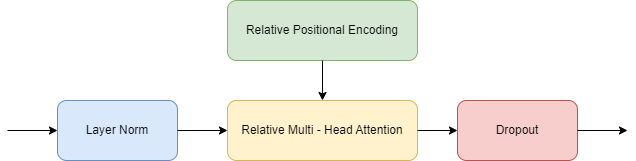
Earlier version of the draw.io export assets/attention.png (Alan-404/Conformer). Source tidied: cells renumbered, new cells last; positions are measured from the earlier drawing's top-left corner, leaving out a move shared by most shapes. Its diagram source:
```xml
<mxGraphModel>
  <root>
    <mxCell id="0" />
    <mxCell id="1" parent="0" />
    <mxCell id="2" value="Layer Norm" style="rounded=1;whiteSpace=wrap;html=1;fillColor=#dae8fc;strokeColor=#6c8ebf;" parent="1" vertex="1">
      <mxGeometry x="50" y="100" width="120" height="60" as="geometry" />
    </mxCell>
    <mxCell id="3" value="Relative Multi - Head Attention" style="rounded=1;whiteSpace=wrap;html=1;fillColor=#fff2cc;strokeColor=#d6b656;" parent="1" vertex="1">
      <mxGeometry x="220" y="100" width="190" height="60" as="geometry" />
    </mxCell>
    <mxCell id="4" value="Dropout" style="rounded=1;whiteSpace=wrap;html=1;fillColor=#f8cecc;strokeColor=#b85450;" parent="1" vertex="1">
      <mxGeometry x="450" y="100" width="120" height="60" as="geometry" />
    </mxCell>
    <mxCell id="5" style="endArrow=classic;html=1;rounded=0;exitX=1;exitY=0.5;exitDx=0;exitDy=0;entryX=0;entryY=0.5;entryDx=0;entryDy=0;" parent="1" edge="1" source="2" target="3">
      <mxGeometry relative="1" as="geometry" />
    </mxCell>
    <mxCell id="6" style="endArrow=classic;html=1;rounded=0;exitX=1;exitY=0.5;exitDx=0;exitDy=0;entryX=0;entryY=0.5;entryDx=0;entryDy=0;" parent="1" edge="1" source="3" target="4">
      <mxGeometry relative="1" as="geometry" />
    </mxCell>
    <mxCell id="7" style="endArrow=classic;html=1;rounded=0;entryX=0;entryY=0.5;entryDx=0;entryDy=0;" parent="1" edge="1" target="2">
      <mxGeometry relative="1" as="geometry">
        <mxPoint y="130" as="sourcePoint" />
      </mxGeometry>
    </mxCell>
    <mxCell id="8" style="endArrow=classic;html=1;rounded=0;exitX=1;exitY=0.5;exitDx=0;exitDy=0;" parent="1" edge="1" source="4">
      <mxGeometry relative="1" as="geometry">
        <mxPoint x="620" y="130" as="targetPoint" />
      </mxGeometry>
    </mxCell>
    <mxCell id="9" value="Relative Positional Encoding" style="rounded=1;whiteSpace=wrap;html=1;fillColor=#d5e8d4;strokeColor=#82b366;" parent="1" vertex="1">
      <mxGeometry x="220" width="190" height="60" as="geometry" />
    </mxCell>
    <mxCell id="10" style="endArrow=classic;html=1;rounded=0;exitX=0.5;exitY=1;exitDx=0;exitDy=0;entryX=0.5;entryY=0;entryDx=0;entryDy=0;" parent="1" edge="1" source="9" target="3">
      <mxGeometry relative="1" as="geometry" />
    </mxCell>
  </root>
</mxGraphModel>
```
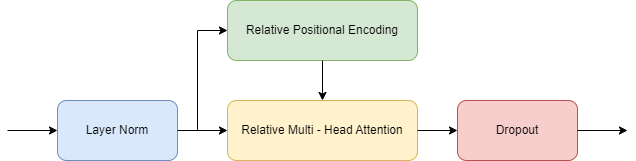
The same file after the commit.

What changed in the source:
```diff
@@ -30,6 +30,14 @@
     <mxCell id="9" value="Relative Positional Encoding" style="rounded=1;whiteSpace=wrap;html=1;fillColor=#d5e8d4;strokeColor=#82b366;" parent="1" vertex="1">
       <mxGeometry x="220" width="190" height="60" as="geometry" />
     </mxCell>
+    <mxCell id="11" style="endArrow=classic;html=1;rounded=0;entryX=0;entryY=0.5;entryDx=0;entryDy=0;" parent="1" edge="1" target="9">
+      <mxGeometry relative="1" as="geometry">
+        <mxPoint x="190" y="130" as="sourcePoint" />
+        <Array as="points">
+          <mxPoint x="190" y="30" />
+        </Array>
+      </mxGeometry>
+    </mxCell>
     <mxCell id="10" style="endArrow=classic;html=1;rounded=0;exitX=0.5;exitY=1;exitDx=0;exitDy=0;entryX=0.5;entryY=0;entryDx=0;entryDy=0;" parent="1" edge="1" source="9" target="3">
       <mxGeometry relative="1" as="geometry" />
     </mxCell>
```
